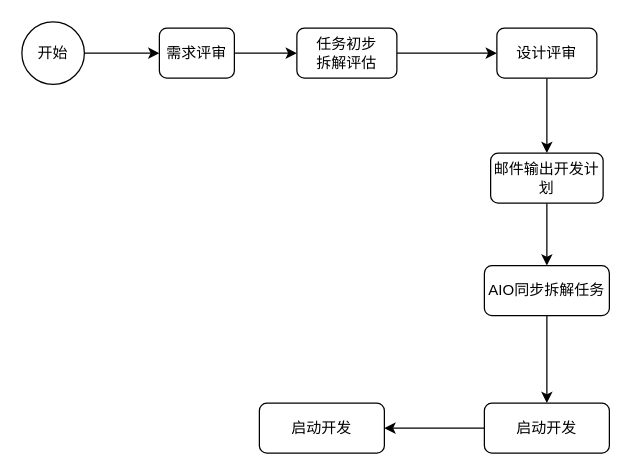
This is 未命名绘图.drawio from zhouwenxing/draw.io, a draw.io file, before an edit. Source tidied: cells renumbered, new cells numbered last; positions are measured from the earlier drawing's top-left corner, leaving out a move shared by most shapes. Both pictures are drawn from the tidied source at 125%, with x=0, y=0 at pixel (21, 21).
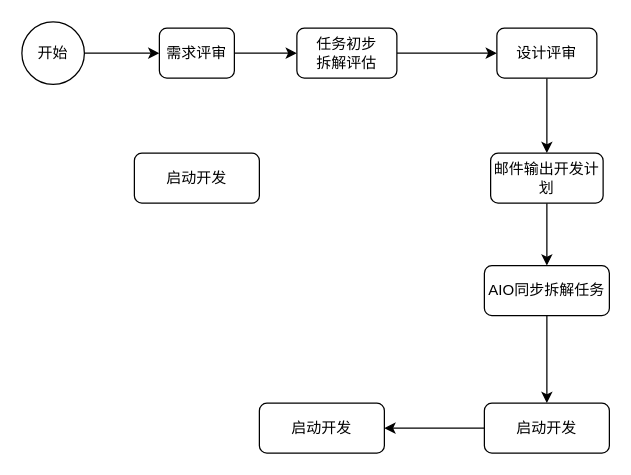
After the change.

Commit message:
更新未命名绘图.drawio

Diff of the diagram source:
```diff
@@
 <mxGraphModel>
   <root>
     <mxCell id="0" />
     <mxCell id="1" parent="0" />
     <mxCell id="2" style="edgeStyle=orthogonalEdgeStyle;rounded=0;jettySize=auto;html=1;exitX=1;exitY=0.5;exitDx=0;exitDy=0;entryX=0;entryY=0.5;entryDx=0;entryDy=0;" parent="1" edge="1" source="3" target="5">
       <mxGeometry relative="1" as="geometry">
         <Array as="points">
           <mxPoint x="60" y="25" />
           <mxPoint x="60" y="25" />
         </Array>
       </mxGeometry>
     </mxCell>
     <mxCell id="3" value="开始" style="ellipse;whiteSpace=wrap;html=1;" parent="1" vertex="1">
       <mxGeometry width="50" height="50" as="geometry" />
     </mxCell>
     <mxCell id="4" style="edgeStyle=orthogonalEdgeStyle;rounded=0;jettySize=auto;html=1;" parent="1" edge="1" source="5" target="7">
       <mxGeometry relative="1" as="geometry" />
     </mxCell>
     <mxCell id="5" value="需求评审" style="rounded=1;whiteSpace=wrap;html=1;" parent="1" vertex="1">
       <mxGeometry x="110" y="5" width="60" height="40" as="geometry" />
     </mxCell>
     <mxCell id="6" style="edgeStyle=orthogonalEdgeStyle;rounded=0;jettySize=auto;html=1;" parent="1" edge="1" source="7" target="9">
       <mxGeometry relative="1" as="geometry" />
     </mxCell>
     <mxCell id="7" value="任务初步&lt;br&gt;拆解评估" style="whiteSpace=wrap;html=1;rounded=1;" parent="1" vertex="1">
       <mxGeometry x="220" y="5" width="80" height="40" as="geometry" />
     </mxCell>
     <mxCell id="8" style="edgeStyle=orthogonalEdgeStyle;rounded=0;jettySize=auto;html=1;" parent="1" edge="1" source="9" target="11">
       <mxGeometry relative="1" as="geometry" />
     </mxCell>
     <mxCell id="9" value="设计评审" style="whiteSpace=wrap;html=1;rounded=1;" parent="1" vertex="1">
       <mxGeometry x="380" y="5" width="80" height="40" as="geometry" />
     </mxCell>
     <mxCell id="10" style="edgeStyle=orthogonalEdgeStyle;rounded=0;jettySize=auto;html=1;" parent="1" edge="1" source="11" target="13">
       <mxGeometry relative="1" as="geometry" />
     </mxCell>
     <mxCell id="11" value="邮件输出开发计划" style="whiteSpace=wrap;html=1;rounded=1;" parent="1" vertex="1">
       <mxGeometry x="375" y="105" width="90" height="40" as="geometry" />
     </mxCell>
     <mxCell id="12" style="edgeStyle=orthogonalEdgeStyle;rounded=0;jettySize=auto;html=1;" parent="1" edge="1" source="13" target="15">
       <mxGeometry relative="1" as="geometry" />
     </mxCell>
     <mxCell id="13" value="AIO同步拆解任务" style="whiteSpace=wrap;html=1;rounded=1;" parent="1" vertex="1">
       <mxGeometry x="370" y="195" width="100" height="40" as="geometry" />
     </mxCell>
     <mxCell id="14" style="edgeStyle=orthogonalEdgeStyle;rounded=0;jettySize=auto;html=1;" parent="1" edge="1" source="15" target="16">
       <mxGeometry relative="1" as="geometry" />
     </mxCell>
     <mxCell id="15" value="启动开发" style="whiteSpace=wrap;html=1;rounded=1;" parent="1" vertex="1">
       <mxGeometry x="370" y="305" width="100" height="40" as="geometry" />
     </mxCell>
     <mxCell id="16" value="启动开发" style="whiteSpace=wrap;html=1;rounded=1;" parent="1" vertex="1">
       <mxGeometry x="190" y="305" width="100" height="40" as="geometry" />
     </mxCell>
+    <mxCell id="17" value="启动开发" style="whiteSpace=wrap;html=1;rounded=1;" parent="1" vertex="1">
+      <mxGeometry x="90" y="105" width="100" height="40" as="geometry" />
+    </mxCell>
   </root>
 </mxGraphModel>
```
